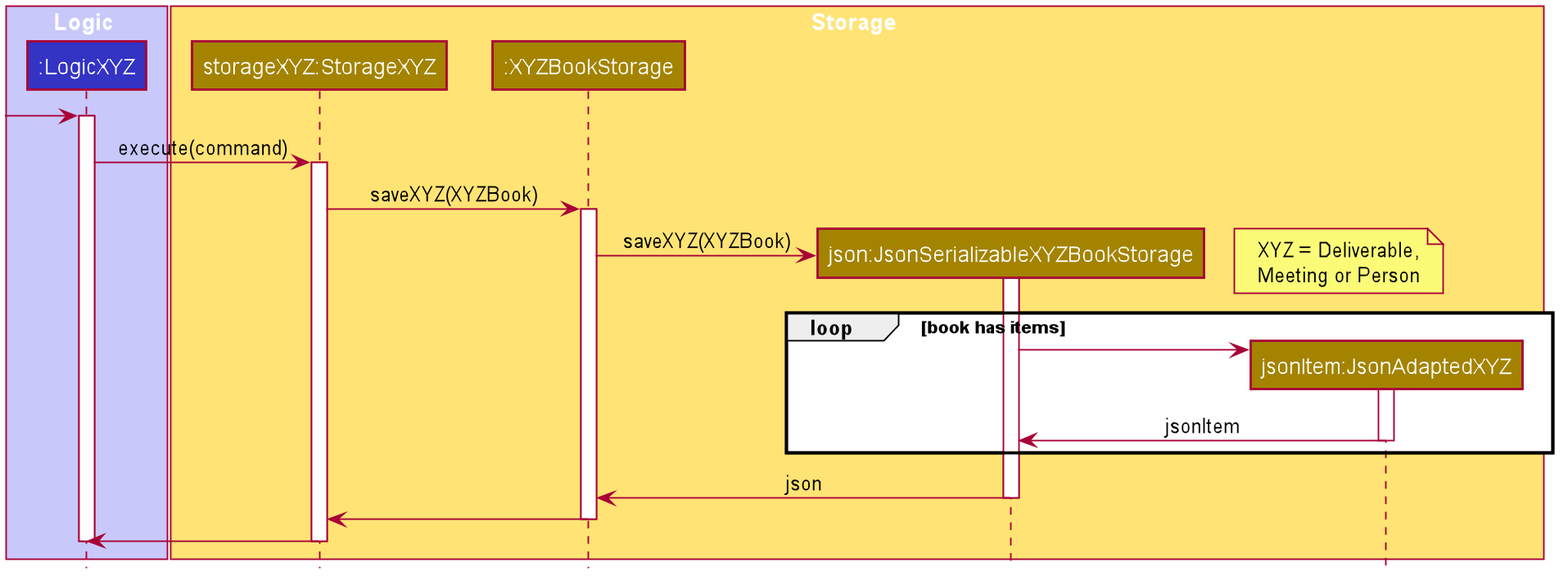
Above: docs/images/SaveStorageSequenceDiagram.png in shadowezz/Productiv (PlantUML), before the change.
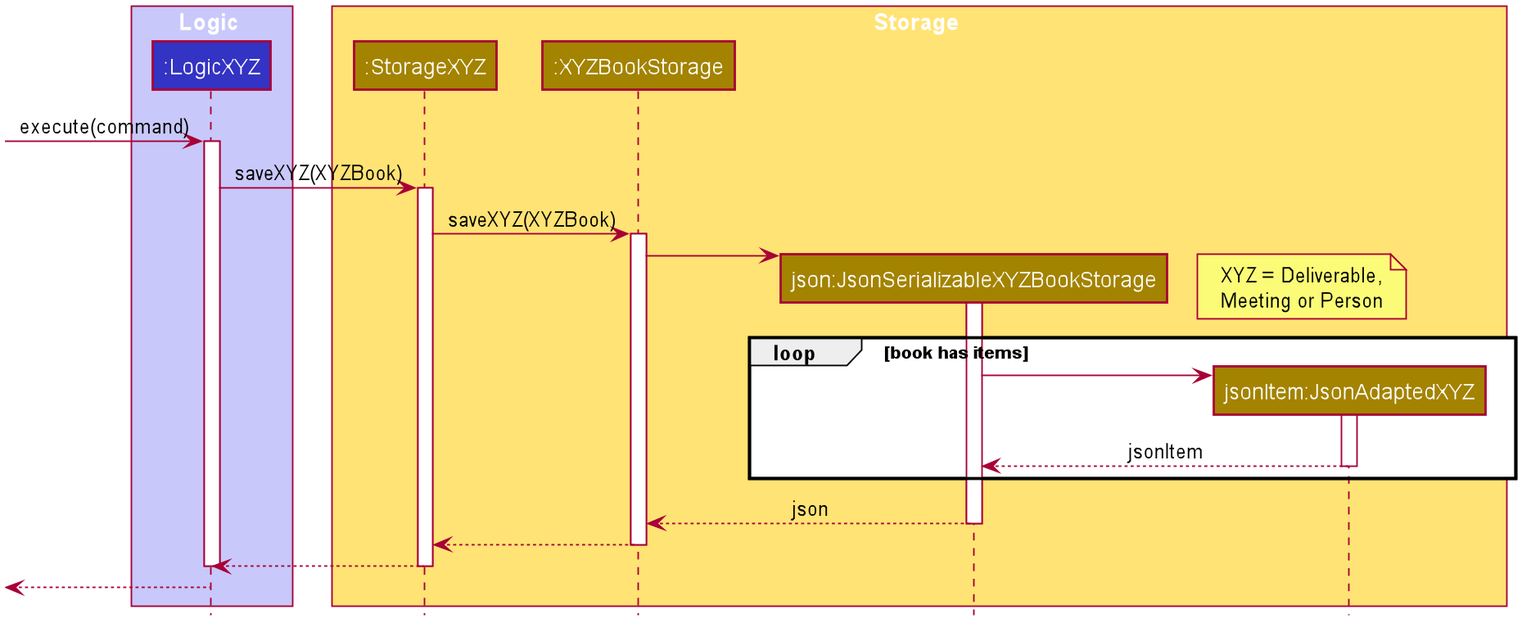
Above is the later version.

Change to the diagram source:
```diff
@@ -1,4 +1,6 @@
 @startuml
+
+
 
 
 
@@ -43,6 +45,7 @@
 skinparam Shadowing false
 skinparam DefaultTextAlignment center
 skinparam packageStyle Rectangle
+skinparam classAttributeIconSize 0
 
 hide footbox
 hide members
@@ -55,17 +58,17 @@
 end box
 
 box Storage #FFE374
-participant "storageXYZ:StorageXYZ" as StorageXYZ #A38300
+participant ":StorageXYZ" as StorageXYZ #A38300
 participant ":XYZBookStorage" as XYZBookStorage #A38300
 participant "json:JsonSerializableXYZBookStorage" as JsonSerializableXYZBookStorage #A38300
 participant "jsonItem:JsonAdaptedXYZ" as JsonAdaptedXYZ #A38300
 
 end box
 
-[-> LogicXYZ
+[-> LogicXYZ : execute(command)
 activate LogicXYZ
 
-LogicXYZ -> StorageXYZ : execute(command)
+LogicXYZ -> StorageXYZ : saveXYZ(XYZBook)
 activate StorageXYZ
 
 StorageXYZ -> XYZBookStorage : saveXYZ(XYZBook)
@@ -73,7 +76,7 @@
 
 
 create JsonSerializableXYZBookStorage
-XYZBookStorage -> JsonSerializableXYZBookStorage : saveXYZ(XYZBook)
+XYZBookStorage -> JsonSerializableXYZBookStorage
 activate JsonSerializableXYZBookStorage
 
 Note right
@@ -86,20 +89,21 @@
     JsonSerializableXYZBookStorage -> JsonAdaptedXYZ
     activate JsonAdaptedXYZ
 
-    JsonAdaptedXYZ -> JsonSerializableXYZBookStorage : jsonItem
+    JsonAdaptedXYZ --> JsonSerializableXYZBookStorage : jsonItem
     deactivate JsonAdaptedXYZ
 
 end
 
-JsonSerializableXYZBookStorage -> XYZBookStorage : json
+JsonSerializableXYZBookStorage --> XYZBookStorage : json
 deactivate JsonSerializableXYZBookStorage
 
-XYZBookStorage -> StorageXYZ
+XYZBookStorage --> StorageXYZ
 deactivate XYZBookStorage
 
-StorageXYZ -> LogicXYZ
+StorageXYZ --> LogicXYZ
 deactivate StorageXYZ
 
 deactivate LogicXYZ
+[<--LogicXYZ
 
 @enduml
```
